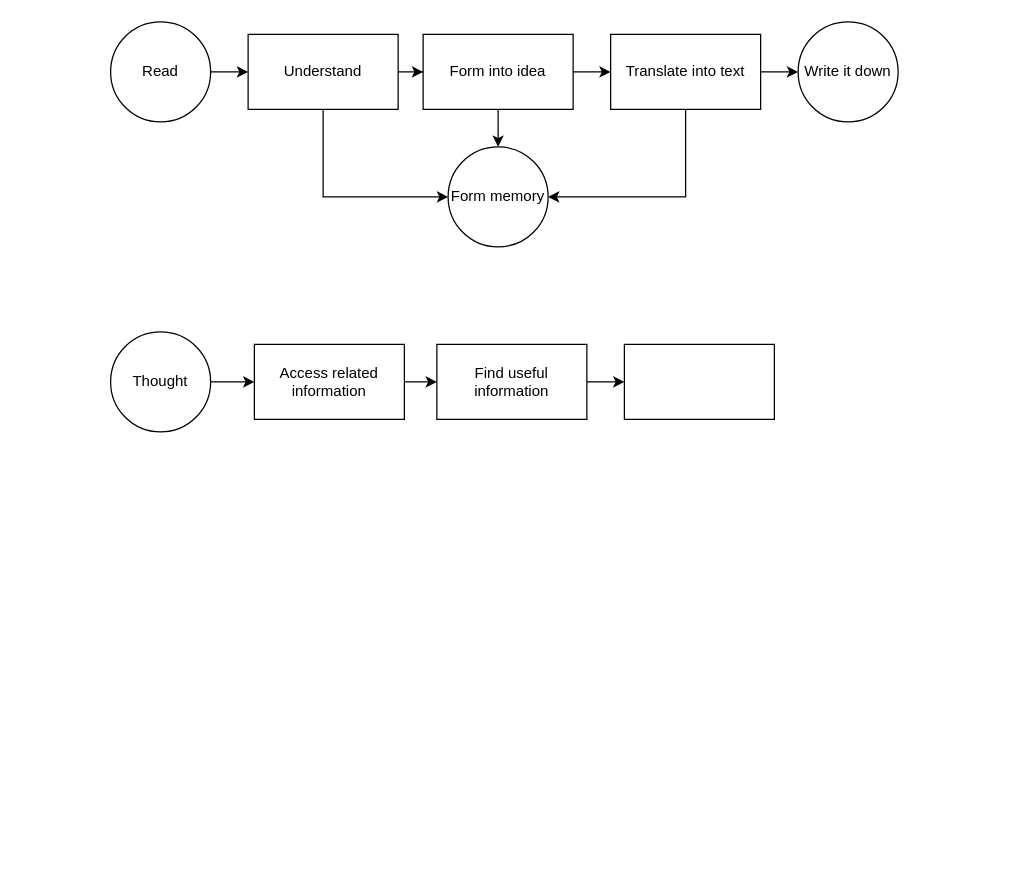
andrewBrownConsulting/draw.io keeps this draw.io diagram as Untitled Diagram.drawio. Above is the earlier version. Source tidied: cells renumbered, new cells numbered last; positions are measured from the earlier drawing's top-left corner, leaving out a move shared by most shapes. Both pictures are drawn from the tidied source at 125%, with x=0, y=0 at pixel (110, 21).
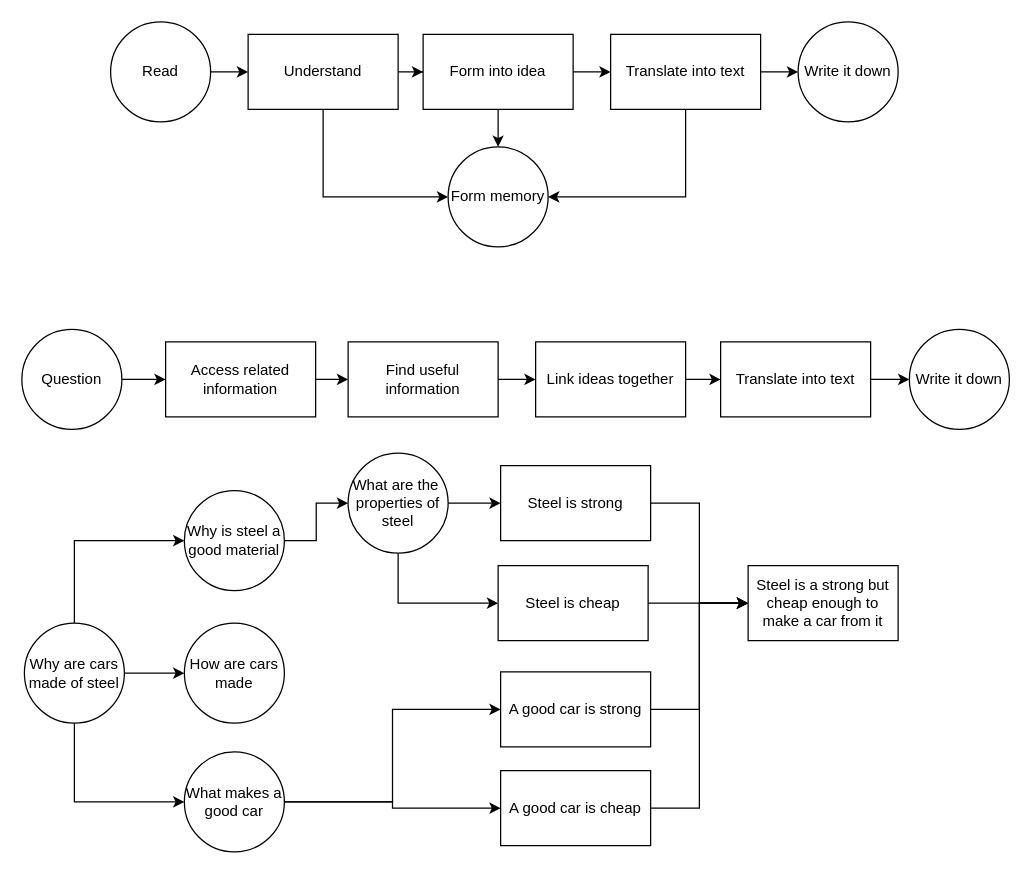
The same page after the edit.

What changed in the source:
```diff
@@
-    <mxCell id="16" value="Thought" style="ellipse;whiteSpace=wrap;html=1;" parent="1" vertex="1">
-      <mxGeometry y="248" width="80" height="80" as="geometry" />
+    <mxCell id="16" value="Question" style="ellipse;whiteSpace=wrap;html=1;" parent="1" vertex="1">
+      <mxGeometry x="-71" y="246" width="80" height="80" as="geometry" />
     </mxCell>
@@
     <mxCell id="18" value="Access related information" style="whiteSpace=wrap;html=1;" parent="1" vertex="1">
-      <mxGeometry x="115" y="258" width="120" height="60" as="geometry" />
+      <mxGeometry x="44" y="256" width="120" height="60" as="geometry" />
     </mxCell>
@@
     <mxCell id="20" value="Find useful information" style="whiteSpace=wrap;html=1;" parent="1" vertex="1">
-      <mxGeometry x="261" y="258" width="120" height="60" as="geometry" />
+      <mxGeometry x="190" y="256" width="120" height="60" as="geometry" />
     </mxCell>
+    <mxCell id="22" style="edgeStyle=orthogonalEdgeStyle;rounded=0;jettySize=auto;html=1;" parent="1" edge="1" source="21" target="28">
+      <mxGeometry relative="1" as="geometry" />
+    </mxCell>
-    <mxCell id="21" style="whiteSpace=wrap;html=1;" parent="1" vertex="1">
-      <mxGeometry x="411" y="258" width="120" height="60" as="geometry" />
+    <mxCell id="21" value="Link ideas together" style="whiteSpace=wrap;html=1;" parent="1" vertex="1">
+      <mxGeometry x="340" y="256" width="120" height="60" as="geometry" />
     </mxCell>
+    <mxCell id="23" style="edgeStyle=orthogonalEdgeStyle;rounded=0;jettySize=auto;html=1;exitX=0.5;exitY=0;exitDx=0;exitDy=0;entryX=0;entryY=0.5;entryDx=0;entryDy=0;" parent="1" edge="1" source="26" target="31">
+      <mxGeometry relative="1" as="geometry" />
+    </mxCell>
+    <mxCell id="24" style="edgeStyle=orthogonalEdgeStyle;rounded=0;jettySize=auto;html=1;exitX=0.5;exitY=1;exitDx=0;exitDy=0;entryX=0;entryY=0.5;entryDx=0;entryDy=0;" parent="1" edge="1" source="26" target="34">
+      <mxGeometry relative="1" as="geometry" />
+    </mxCell>
+    <mxCell id="25" style="edgeStyle=orthogonalEdgeStyle;rounded=0;jettySize=auto;html=1;exitX=1;exitY=0.5;exitDx=0;exitDy=0;entryX=0;entryY=0.5;entryDx=0;entryDy=0;" parent="1" edge="1" source="26" target="35">
+      <mxGeometry relative="1" as="geometry" />
+    </mxCell>
+    <mxCell id="26" value="Why are cars made of steel" style="ellipse;whiteSpace=wrap;html=1;" parent="1" vertex="1">
+      <mxGeometry x="-69" y="481" width="80" height="80" as="geometry" />
+    </mxCell>
+    <mxCell id="27" style="edgeStyle=orthogonalEdgeStyle;rounded=0;jettySize=auto;html=1;" parent="1" edge="1" source="28" target="29">
+      <mxGeometry relative="1" as="geometry" />
+    </mxCell>
+    <mxCell id="28" value="Translate into text" style="whiteSpace=wrap;html=1;" parent="1" vertex="1">
+      <mxGeometry x="488" y="256" width="120" height="60" as="geometry" />
+    </mxCell>
+    <mxCell id="29" value="Write it down" style="ellipse;whiteSpace=wrap;html=1;" parent="1" vertex="1">
+      <mxGeometry x="639" y="246" width="80" height="80" as="geometry" />
+    </mxCell>
+    <mxCell id="30" style="edgeStyle=orthogonalEdgeStyle;rounded=0;jettySize=auto;html=1;exitX=1;exitY=0.5;exitDx=0;exitDy=0;" parent="1" edge="1" source="31" target="40">
+      <mxGeometry relative="1" as="geometry" />
+    </mxCell>
+    <mxCell id="31" value="Why is steel a good material" style="ellipse;whiteSpace=wrap;html=1;" parent="1" vertex="1">
+      <mxGeometry x="59" y="375" width="80" height="80" as="geometry" />
+    </mxCell>
+    <mxCell id="32" style="edgeStyle=orthogonalEdgeStyle;rounded=0;jettySize=auto;html=1;entryX=0;entryY=0.5;entryDx=0;entryDy=0;" parent="1" edge="1" source="34" target="42">
+      <mxGeometry relative="1" as="geometry" />
+    </mxCell>
+    <mxCell id="33" style="edgeStyle=orthogonalEdgeStyle;rounded=0;jettySize=auto;html=1;" parent="1" edge="1" source="34" target="47">
+      <mxGeometry relative="1" as="geometry" />
+    </mxCell>
+    <mxCell id="34" value="What makes a good car" style="ellipse;whiteSpace=wrap;html=1;" parent="1" vertex="1">
+      <mxGeometry x="59" y="584" width="80" height="80" as="geometry" />
+    </mxCell>
+    <mxCell id="35" value="How are cars made" style="ellipse;whiteSpace=wrap;html=1;" parent="1" vertex="1">
+      <mxGeometry x="59" y="481" width="80" height="80" as="geometry" />
+    </mxCell>
+    <mxCell id="36" style="edgeStyle=orthogonalEdgeStyle;rounded=0;jettySize=auto;html=1;entryX=0;entryY=0.5;entryDx=0;entryDy=0;" parent="1" edge="1" source="37" target="43">
+      <mxGeometry relative="1" as="geometry" />
+    </mxCell>
+    <mxCell id="37" value="Steel is strong" style="rounded=0;whiteSpace=wrap;html=1;" parent="1" vertex="1">
+      <mxGeometry x="312" y="355" width="120" height="60" as="geometry" />
+    </mxCell>
+    <mxCell id="38" style="edgeStyle=orthogonalEdgeStyle;rounded=0;jettySize=auto;html=1;exitX=1;exitY=0.5;exitDx=0;exitDy=0;entryX=0;entryY=0.5;entryDx=0;entryDy=0;" parent="1" edge="1" source="40" target="37">
+      <mxGeometry relative="1" as="geometry" />
+    </mxCell>
+    <mxCell id="39" style="edgeStyle=orthogonalEdgeStyle;rounded=0;jettySize=auto;html=1;exitX=0.5;exitY=1;exitDx=0;exitDy=0;entryX=0;entryY=0.5;entryDx=0;entryDy=0;" parent="1" edge="1" source="40" target="45">
+      <mxGeometry relative="1" as="geometry" />
+    </mxCell>
+    <mxCell id="40" value="What are the&amp;nbsp; properties of steel" style="ellipse;whiteSpace=wrap;html=1;" parent="1" vertex="1">
+      <mxGeometry x="190" y="345" width="80" height="80" as="geometry" />
+    </mxCell>
+    <mxCell id="41" style="edgeStyle=orthogonalEdgeStyle;rounded=0;jettySize=auto;html=1;entryX=0;entryY=0.5;entryDx=0;entryDy=0;" parent="1" edge="1" source="42" target="43">
+      <mxGeometry relative="1" as="geometry" />
+    </mxCell>
+    <mxCell id="42" value="A good car is strong" style="whiteSpace=wrap;html=1;" parent="1" vertex="1">
+      <mxGeometry x="312" y="520" width="120" height="60" as="geometry" />
+    </mxCell>
+    <mxCell id="43" value="Steel is a strong but cheap enough to make a car from it" style="whiteSpace=wrap;html=1;rounded=0;" parent="1" vertex="1">
+      <mxGeometry x="510" y="435" width="120" height="60" as="geometry" />
+    </mxCell>
+    <mxCell id="44" style="edgeStyle=orthogonalEdgeStyle;rounded=0;jettySize=auto;html=1;exitX=1;exitY=0.5;exitDx=0;exitDy=0;entryX=0;entryY=0.5;entryDx=0;entryDy=0;" parent="1" edge="1" source="45" target="43">
+      <mxGeometry relative="1" as="geometry" />
+    </mxCell>
+    <mxCell id="45" value="Steel is cheap" style="whiteSpace=wrap;html=1;" parent="1" vertex="1">
+      <mxGeometry x="310" y="435" width="120" height="60" as="geometry" />
+    </mxCell>
+    <mxCell id="46" style="edgeStyle=orthogonalEdgeStyle;rounded=0;jettySize=auto;html=1;entryX=0;entryY=0.5;entryDx=0;entryDy=0;" parent="1" edge="1" source="47" target="43">
+      <mxGeometry relative="1" as="geometry" />
+    </mxCell>
+    <mxCell id="47" value="A good car is cheap" style="whiteSpace=wrap;html=1;" parent="1" vertex="1">
+      <mxGeometry x="312" y="599" width="120" height="60" as="geometry" />
+    </mxCell>
```
